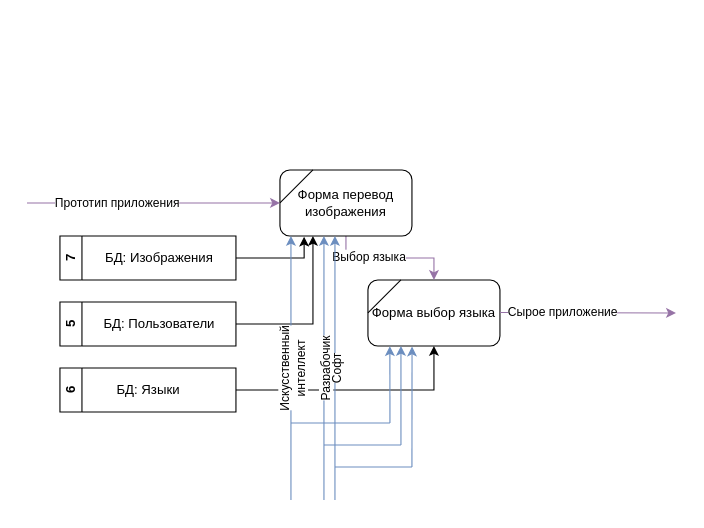
Earlier version of the draw.io diagram ЛР2.drawio (pewish/LR2-SARO). Source tidied: cells renumbered, new cells numbered last; positions are measured from the earlier drawing's top-left corner, leaving out a move shared by most shapes. Both pictures are drawn from the tidied source at 110%, with x=0, y=0 at pixel (26, 169).
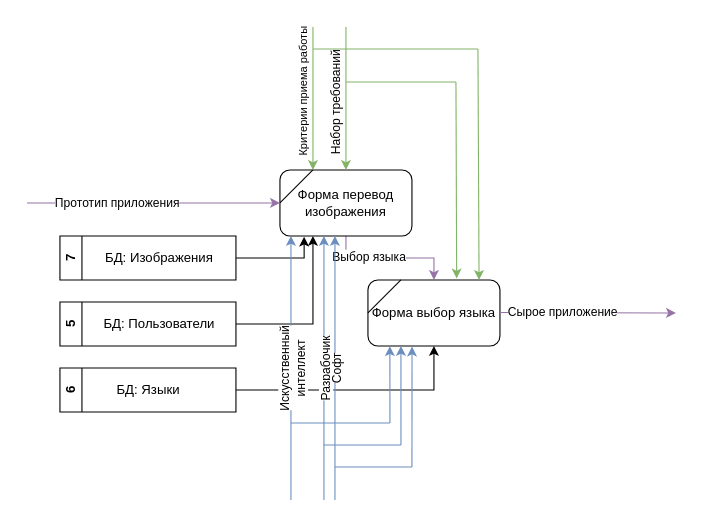
The same page after the edit.

The change refers to these unchanged cells:
```xml
<mxCell id="11" value="Форма выбор языка" style="rounded=1;whiteSpace=wrap;html=1;" parent="1" vertex="1">
  <mxGeometry x="310" y="100" width="120" height="60" as="geometry" />
</mxCell>
<mxCell id="15" value="Форма перевод изображения" style="rounded=1;whiteSpace=wrap;html=1;" parent="1" vertex="1">
  <mxGeometry x="230" width="120" height="60" as="geometry" />
</mxCell>
```

The edit, as a diff of the source:
```diff
@@
+    <mxCell id="33" style="endArrow=classic;html=1;rounded=0;entryX=0.25;entryY=0;entryDx=0;entryDy=0;fillColor=#d5e8d4;strokeColor=#82b366;" parent="1" edge="1" target="15">
+      <mxGeometry relative="1" as="geometry">
+        <mxPoint x="260" y="-130" as="sourcePoint" />
+      </mxGeometry>
+    </mxCell>
+    <mxCell id="34" value="&lt;font style=&quot;font-size: 10px;&quot;&gt;Критерии приема работы&lt;/font&gt;" style="edgeLabel;html=1;align=center;verticalAlign=middle;rotation=270;" parent="33" vertex="1">
+      <mxGeometry x="-0.42" y="4" relative="1" as="geometry">
+        <mxPoint x="-14" y="22" as="offset" />
+      </mxGeometry>
+    </mxCell>
+    <mxCell id="35" style="endArrow=classic;html=1;rounded=0;entryX=0.5;entryY=0;entryDx=0;entryDy=0;fillColor=#d5e8d4;strokeColor=#82b366;" parent="1" edge="1" target="15">
+      <mxGeometry relative="1" as="geometry">
+        <mxPoint x="290" y="-130" as="sourcePoint" />
+      </mxGeometry>
+    </mxCell>
+    <mxCell id="36" value="Набор требований" style="edgeLabel;html=1;align=center;verticalAlign=middle;rotation=270;" parent="35" vertex="1">
+      <mxGeometry x="-0.34" y="-3" relative="1" as="geometry">
+        <mxPoint x="-7" y="27" as="offset" />
+      </mxGeometry>
+    </mxCell>
+    <mxCell id="37" style="endArrow=none;html=1;rounded=0;fillColor=#d5e8d4;strokeColor=#82b366;" parent="1" edge="1">
+      <mxGeometry relative="1" as="geometry">
+        <mxPoint x="290" y="-80" as="sourcePoint" />
+        <mxPoint x="390" y="-80" as="targetPoint" />
+      </mxGeometry>
+    </mxCell>
+    <mxCell id="38" style="endArrow=none;html=1;rounded=0;fillColor=#d5e8d4;strokeColor=#82b366;" parent="1" edge="1">
+      <mxGeometry relative="1" as="geometry">
+        <mxPoint x="260" y="-110" as="sourcePoint" />
+        <mxPoint x="410" y="-110" as="targetPoint" />
+      </mxGeometry>
+    </mxCell>
+    <mxCell id="39" style="endArrow=classic;html=1;rounded=0;entryX=0.672;entryY=-0.022;entryDx=0;entryDy=0;entryPerimeter=0;fillColor=#d5e8d4;strokeColor=#82b366;" parent="1" edge="1" target="11">
+      <mxGeometry relative="1" as="geometry">
+        <mxPoint x="390" y="-80" as="sourcePoint" />
+      </mxGeometry>
+    </mxCell>
+    <mxCell id="40" style="endArrow=classic;html=1;rounded=0;entryX=0.672;entryY=-0.022;entryDx=0;entryDy=0;entryPerimeter=0;fillColor=#d5e8d4;strokeColor=#82b366;" parent="1" edge="1">
+      <mxGeometry relative="1" as="geometry">
+        <mxPoint x="410" y="-110" as="sourcePoint" />
+        <mxPoint x="411" y="100" as="targetPoint" />
+      </mxGeometry>
+    </mxCell>
```
